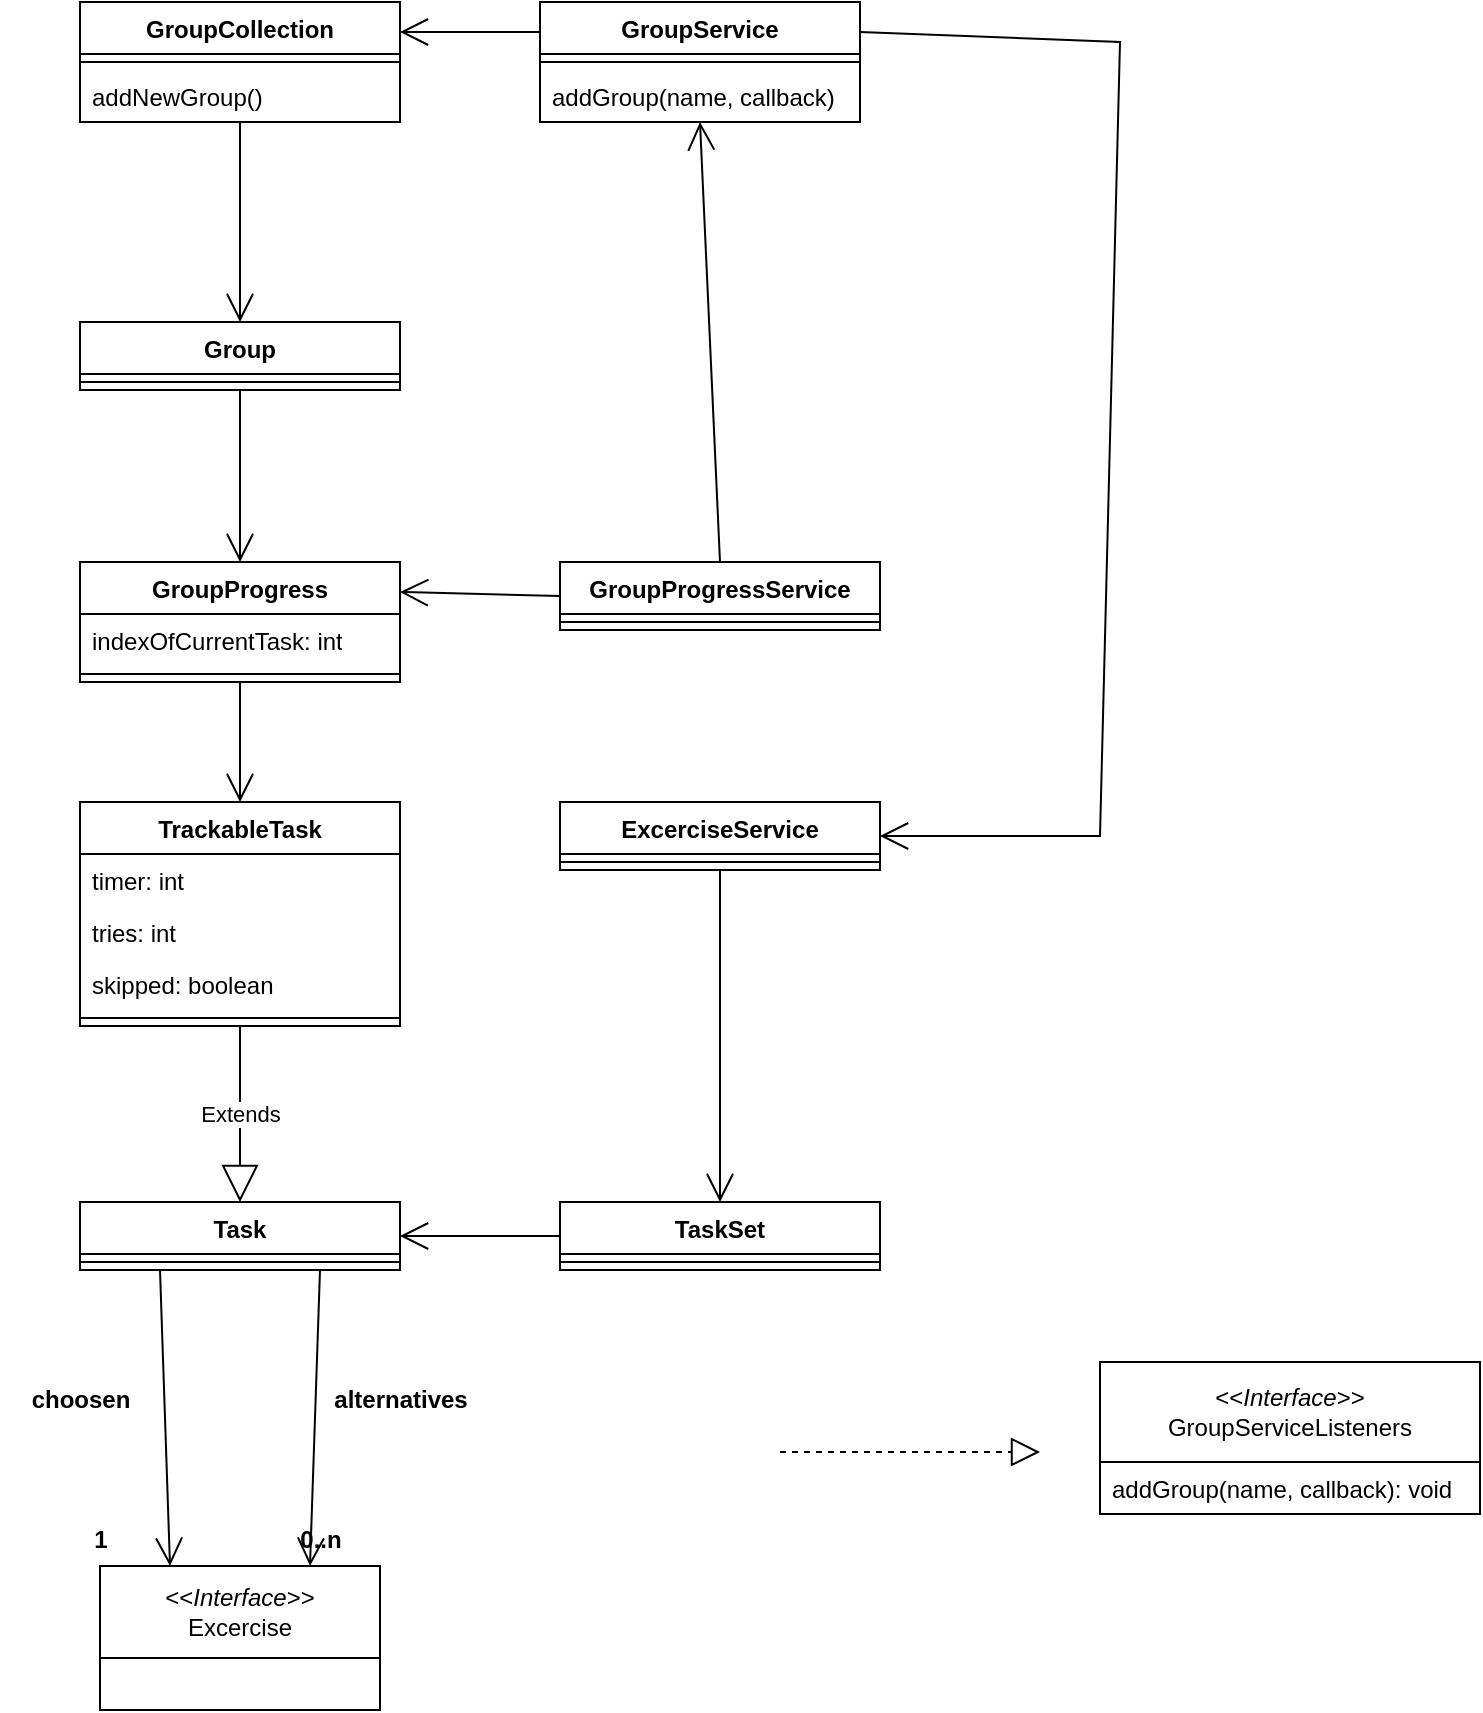
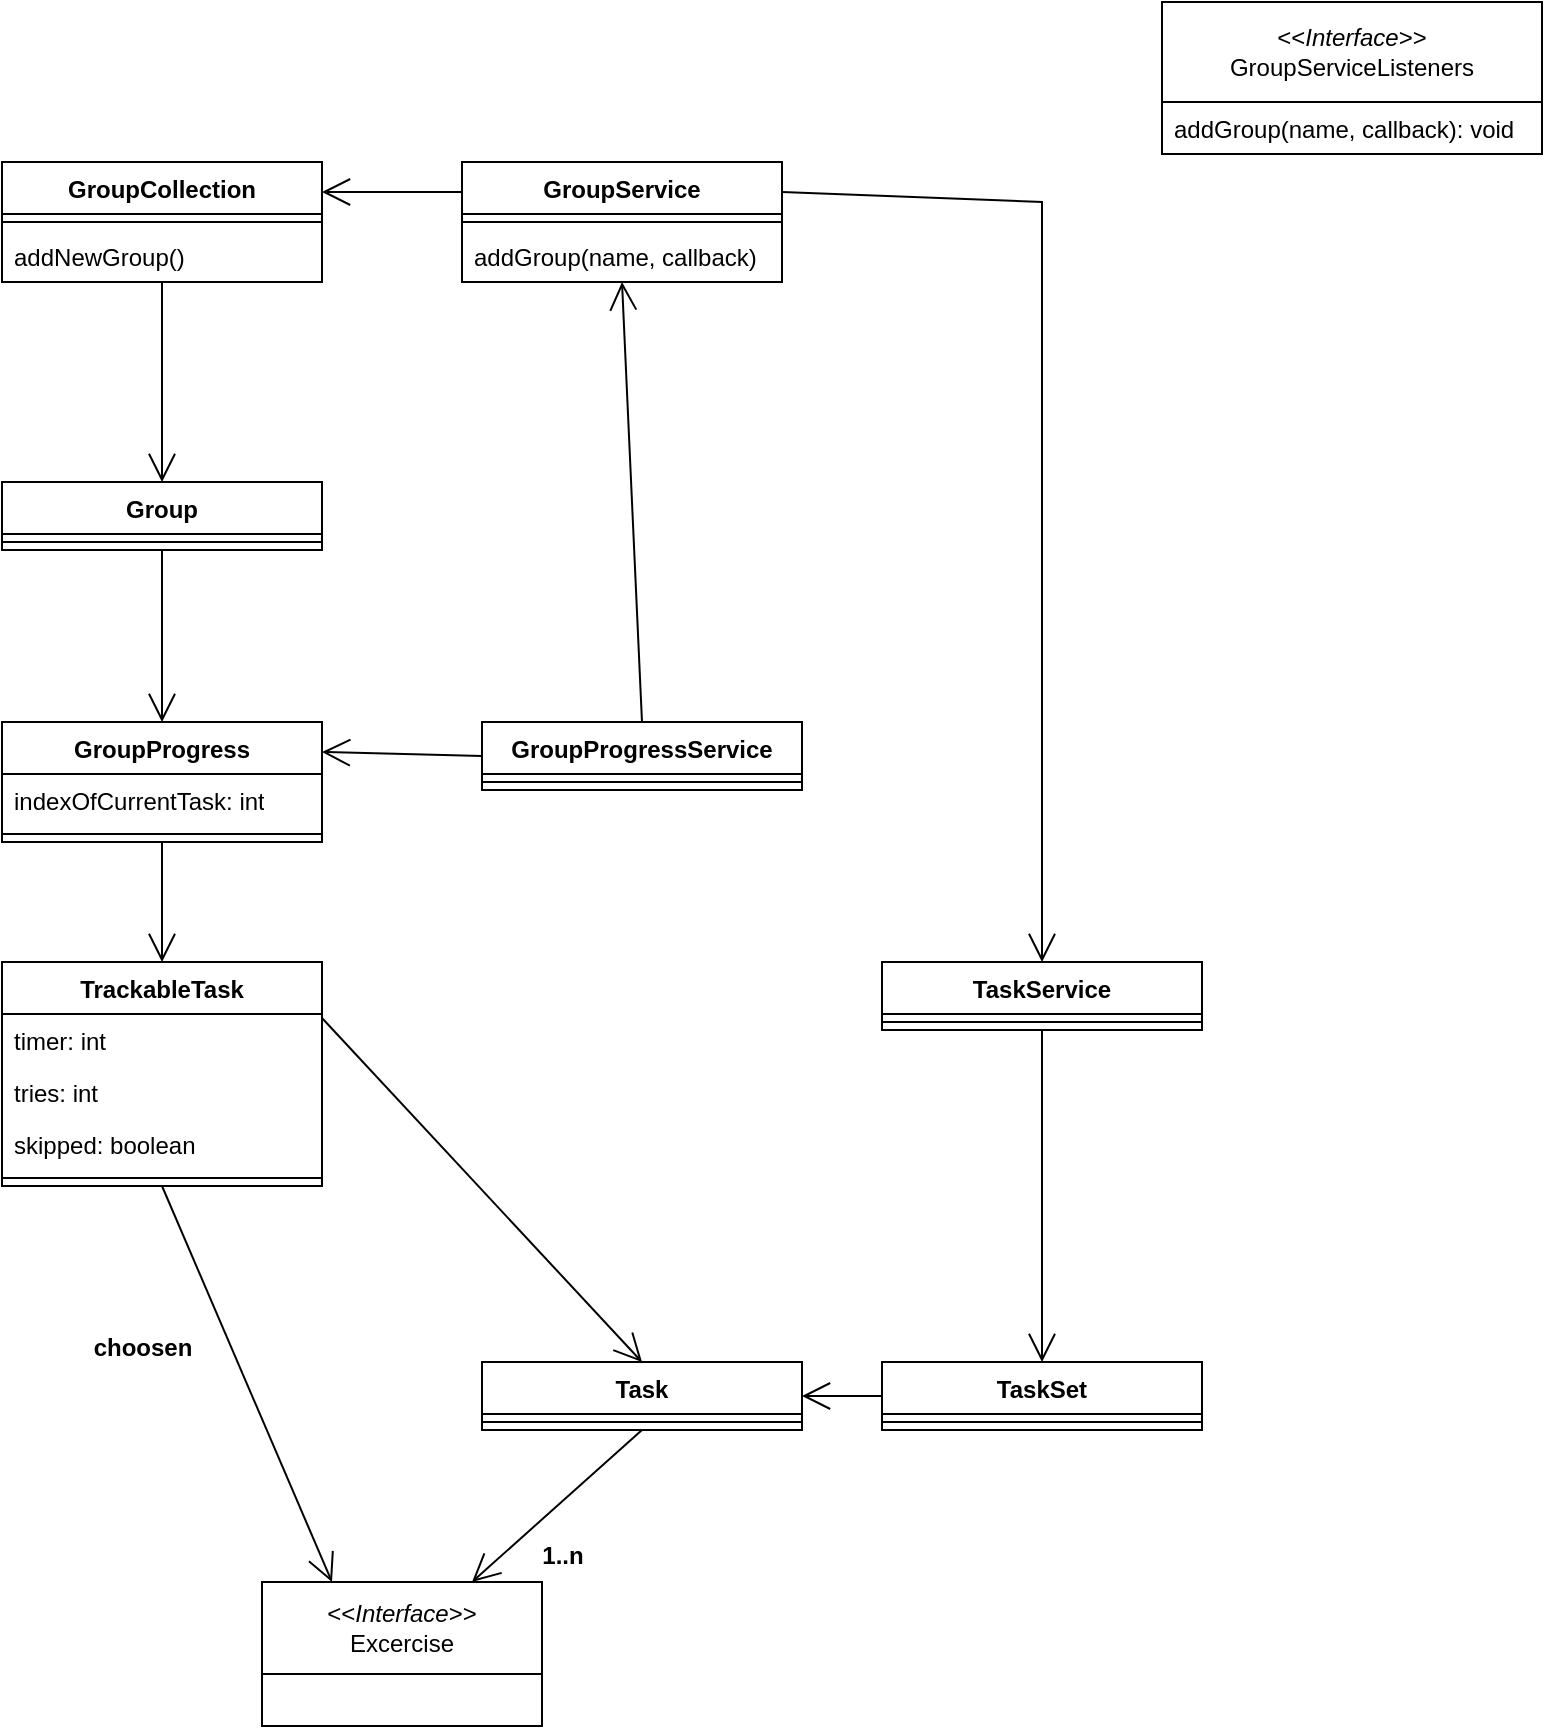
<mxfile host="app.diagrams.net" agent="Mozilla/5.0 (Windows NT 10.0; Win64; x64; rv:133.0) Gecko/20100101 Firefox/133.0" version="25.0.3">
  <diagram id="C5RBs43oDa-KdzZeNtuy" name="Page-1">
-     <mxGraphModel dx="993" dy="576" grid="1" gridSize="10" guides="1" tooltips="1" connect="1" arrows="1" fold="1" page="1" pageScale="1" pageWidth="827" pageHeight="1169" math="0" shadow="0">
+     <mxGraphModel dx="1323" dy="768" grid="1" gridSize="10" guides="1" tooltips="1" connect="1" arrows="1" fold="1" page="1" pageScale="1" pageWidth="827" pageHeight="1169" math="0" shadow="0">
      <root>
        <mxCell id="WIyWlLk6GJQsqaUBKTNV-0" />
        <mxCell id="WIyWlLk6GJQsqaUBKTNV-1" parent="WIyWlLk6GJQsqaUBKTNV-0" />
        <mxCell id="2PPdx7-YqYG3QhNQI_HN-14" value="GroupService" style="swimlane;fontStyle=1;align=center;verticalAlign=top;childLayout=stackLayout;horizontal=1;startSize=26;horizontalStack=0;resizeParent=1;resizeParentMax=0;resizeLast=0;collapsible=1;marginBottom=0;whiteSpace=wrap;html=1;" parent="WIyWlLk6GJQsqaUBKTNV-1" vertex="1">
          <mxGeometry x="270" y="120" width="160" height="60" as="geometry" />
        </mxCell>
        <mxCell id="2PPdx7-YqYG3QhNQI_HN-16" value="" style="line;strokeWidth=1;fillColor=none;align=left;verticalAlign=middle;spacingTop=-1;spacingLeft=3;spacingRight=3;rotatable=0;labelPosition=right;points=[];portConstraint=eastwest;strokeColor=inherit;" parent="2PPdx7-YqYG3QhNQI_HN-14" vertex="1">
          <mxGeometry y="26" width="160" height="8" as="geometry" />
        </mxCell>
-         <mxCell id="V3XAilx2oiw2KiiHJ0iP-118" value="addGroup(name, callback)" style="text;strokeColor=none;fillColor=none;align=left;verticalAlign=top;spacingLeft=4;spacingRight=4;overflow=hidden;rotatable=0;points=[[0,0.5],[1,0.5]];portConstraint=eastwest;whiteSpace=wrap;html=1;" vertex="1" parent="2PPdx7-YqYG3QhNQI_HN-14">
+         <mxCell id="V3XAilx2oiw2KiiHJ0iP-118" value="addGroup(name, callback)" style="text;strokeColor=none;fillColor=none;align=left;verticalAlign=top;spacingLeft=4;spacingRight=4;overflow=hidden;rotatable=0;points=[[0,0.5],[1,0.5]];portConstraint=eastwest;whiteSpace=wrap;html=1;" parent="2PPdx7-YqYG3QhNQI_HN-14" vertex="1">
          <mxGeometry y="34" width="160" height="26" as="geometry" />
        </mxCell>
        <mxCell id="2PPdx7-YqYG3QhNQI_HN-24" value="&lt;div&gt;&amp;lt;&amp;lt;&lt;i&gt;Interface&lt;/i&gt;&amp;gt;&amp;gt;&lt;br&gt;&lt;/div&gt;&lt;div&gt;GroupServiceListeners&lt;/div&gt;" style="swimlane;fontStyle=0;childLayout=stackLayout;horizontal=1;startSize=50;fillColor=none;horizontalStack=0;resizeParent=1;resizeParentMax=0;resizeLast=0;collapsible=1;marginBottom=0;whiteSpace=wrap;html=1;" parent="WIyWlLk6GJQsqaUBKTNV-1" vertex="1">
-           <mxGeometry x="550" y="800" width="190" height="76" as="geometry" />
+           <mxGeometry x="620" y="40" width="190" height="76" as="geometry" />
        </mxCell>
        <mxCell id="2PPdx7-YqYG3QhNQI_HN-28" value="addGroup(name, callback): void" style="text;strokeColor=none;fillColor=none;align=left;verticalAlign=top;spacingLeft=4;spacingRight=4;overflow=hidden;rotatable=0;points=[[0,0.5],[1,0.5]];portConstraint=eastwest;whiteSpace=wrap;html=1;" parent="2PPdx7-YqYG3QhNQI_HN-24" vertex="1">
          <mxGeometry y="50" width="190" height="26" as="geometry" />
        </mxCell>
-         <mxCell id="2PPdx7-YqYG3QhNQI_HN-29" value="" style="endArrow=block;dashed=1;endFill=0;endSize=12;html=1;rounded=0;" parent="WIyWlLk6GJQsqaUBKTNV-1" edge="1">
-           <mxGeometry width="160" relative="1" as="geometry">
-             <mxPoint x="390" y="845" as="sourcePoint" />
-             <mxPoint x="520" y="845" as="targetPoint" />
-           </mxGeometry>
-         </mxCell>
-         <mxCell id="V3XAilx2oiw2KiiHJ0iP-3" value="" style="endArrow=open;endFill=1;endSize=12;html=1;rounded=0;exitX=0.5;exitY=1;exitDx=0;exitDy=0;entryX=0.5;entryY=0;entryDx=0;entryDy=0;" edge="1" parent="WIyWlLk6GJQsqaUBKTNV-1" source="V3XAilx2oiw2KiiHJ0iP-96" target="V3XAilx2oiw2KiiHJ0iP-91">
+         <mxCell id="V3XAilx2oiw2KiiHJ0iP-3" value="" style="endArrow=open;endFill=1;endSize=12;html=1;rounded=0;exitX=0.5;exitY=1;exitDx=0;exitDy=0;entryX=0.5;entryY=0;entryDx=0;entryDy=0;" parent="WIyWlLk6GJQsqaUBKTNV-1" source="V3XAilx2oiw2KiiHJ0iP-96" target="V3XAilx2oiw2KiiHJ0iP-91" edge="1">
          <mxGeometry width="160" relative="1" as="geometry">
            <mxPoint x="260" y="170" as="sourcePoint" />
            <mxPoint x="280" y="270" as="targetPoint" />
          </mxGeometry>
        </mxCell>
-         <mxCell id="V3XAilx2oiw2KiiHJ0iP-28" value="&lt;div&gt;&amp;lt;&amp;lt;&lt;i&gt;Interface&lt;/i&gt;&amp;gt;&amp;gt;&lt;/div&gt;&lt;div&gt;Excercise&lt;/div&gt;" style="swimlane;fontStyle=0;childLayout=stackLayout;horizontal=1;startSize=46;fillColor=none;horizontalStack=0;resizeParent=1;resizeParentMax=0;resizeLast=0;collapsible=1;marginBottom=0;whiteSpace=wrap;html=1;" vertex="1" parent="WIyWlLk6GJQsqaUBKTNV-1">
-           <mxGeometry x="50" y="902" width="140" height="72" as="geometry" />
+         <mxCell id="V3XAilx2oiw2KiiHJ0iP-28" value="&lt;div&gt;&amp;lt;&amp;lt;&lt;i&gt;Interface&lt;/i&gt;&amp;gt;&amp;gt;&lt;/div&gt;&lt;div&gt;Excercise&lt;/div&gt;" style="swimlane;fontStyle=0;childLayout=stackLayout;horizontal=1;startSize=46;fillColor=none;horizontalStack=0;resizeParent=1;resizeParentMax=0;resizeLast=0;collapsible=1;marginBottom=0;whiteSpace=wrap;html=1;" parent="WIyWlLk6GJQsqaUBKTNV-1" vertex="1">
+           <mxGeometry x="170" y="830" width="140" height="72" as="geometry" />
        </mxCell>
-         <mxCell id="V3XAilx2oiw2KiiHJ0iP-32" value="" style="endArrow=open;endFill=1;endSize=12;html=1;rounded=0;exitX=0.25;exitY=1;exitDx=0;exitDy=0;entryX=0.25;entryY=0;entryDx=0;entryDy=0;" edge="1" parent="WIyWlLk6GJQsqaUBKTNV-1" source="V3XAilx2oiw2KiiHJ0iP-65" target="V3XAilx2oiw2KiiHJ0iP-28">
-           <mxGeometry width="160" relative="1" as="geometry">
-             <mxPoint x="65" y="774" as="sourcePoint" />
-             <mxPoint x="10" y="862" as="targetPoint" />
-             <Array as="points" />
-           </mxGeometry>
+         <mxCell id="V3XAilx2oiw2KiiHJ0iP-44" value="choosen" style="text;align=center;fontStyle=1;verticalAlign=middle;spacingLeft=3;spacingRight=3;strokeColor=none;rotatable=0;points=[[0,0.5],[1,0.5]];portConstraint=eastwest;html=1;" parent="WIyWlLk6GJQsqaUBKTNV-1" vertex="1">
+           <mxGeometry x="70" y="700" width="80" height="26" as="geometry" />
        </mxCell>
-         <mxCell id="V3XAilx2oiw2KiiHJ0iP-43" value="alternatives" style="text;align=center;fontStyle=1;verticalAlign=middle;spacingLeft=3;spacingRight=3;strokeColor=none;rotatable=0;points=[[0,0.5],[1,0.5]];portConstraint=eastwest;html=1;" vertex="1" parent="WIyWlLk6GJQsqaUBKTNV-1">
-           <mxGeometry x="160" y="806" width="80" height="26" as="geometry" />
-         </mxCell>
-         <mxCell id="V3XAilx2oiw2KiiHJ0iP-44" value="choosen" style="text;align=center;fontStyle=1;verticalAlign=middle;spacingLeft=3;spacingRight=3;strokeColor=none;rotatable=0;points=[[0,0.5],[1,0.5]];portConstraint=eastwest;html=1;" vertex="1" parent="WIyWlLk6GJQsqaUBKTNV-1">
-           <mxGeometry y="806" width="80" height="26" as="geometry" />
-         </mxCell>
-         <mxCell id="V3XAilx2oiw2KiiHJ0iP-47" value="1" style="text;align=center;fontStyle=1;verticalAlign=middle;spacingLeft=3;spacingRight=3;strokeColor=none;rotatable=0;points=[[0,0.5],[1,0.5]];portConstraint=eastwest;html=1;" vertex="1" parent="WIyWlLk6GJQsqaUBKTNV-1">
-           <mxGeometry x="30" y="876" width="40" height="26" as="geometry" />
-         </mxCell>
-         <mxCell id="V3XAilx2oiw2KiiHJ0iP-50" value="0..n" style="text;align=center;fontStyle=1;verticalAlign=middle;spacingLeft=3;spacingRight=3;strokeColor=none;rotatable=0;points=[[0,0.5],[1,0.5]];portConstraint=eastwest;html=1;" vertex="1" parent="WIyWlLk6GJQsqaUBKTNV-1">
-           <mxGeometry x="120" y="876" width="80" height="26" as="geometry" />
-         </mxCell>
-         <mxCell id="V3XAilx2oiw2KiiHJ0iP-55" value="Extends" style="endArrow=block;endSize=16;endFill=0;html=1;rounded=0;entryX=0.5;entryY=0;entryDx=0;entryDy=0;exitX=0.5;exitY=1;exitDx=0;exitDy=0;" edge="1" parent="WIyWlLk6GJQsqaUBKTNV-1" source="V3XAilx2oiw2KiiHJ0iP-79" target="V3XAilx2oiw2KiiHJ0iP-65">
-           <mxGeometry width="160" relative="1" as="geometry">
-             <mxPoint x="150" y="680" as="sourcePoint" />
-             <mxPoint x="310" y="586" as="targetPoint" />
-           </mxGeometry>
-         </mxCell>
-         <mxCell id="V3XAilx2oiw2KiiHJ0iP-63" value="" style="endArrow=open;endFill=1;endSize=12;html=1;rounded=0;entryX=0.5;entryY=0;entryDx=0;entryDy=0;exitX=0.5;exitY=1;exitDx=0;exitDy=0;" edge="1" parent="WIyWlLk6GJQsqaUBKTNV-1" source="V3XAilx2oiw2KiiHJ0iP-86" target="V3XAilx2oiw2KiiHJ0iP-79">
+         <mxCell id="V3XAilx2oiw2KiiHJ0iP-63" value="" style="endArrow=open;endFill=1;endSize=12;html=1;rounded=0;entryX=0.5;entryY=0;entryDx=0;entryDy=0;exitX=0.5;exitY=1;exitDx=0;exitDy=0;" parent="WIyWlLk6GJQsqaUBKTNV-1" source="V3XAilx2oiw2KiiHJ0iP-86" target="V3XAilx2oiw2KiiHJ0iP-79" edge="1">
          <mxGeometry width="160" relative="1" as="geometry">
            <mxPoint x="140" y="480" as="sourcePoint" />
            <mxPoint x="120" y="510" as="targetPoint" />
          </mxGeometry>
        </mxCell>
-         <mxCell id="V3XAilx2oiw2KiiHJ0iP-65" value="Task" style="swimlane;fontStyle=1;align=center;verticalAlign=top;childLayout=stackLayout;horizontal=1;startSize=26;horizontalStack=0;resizeParent=1;resizeParentMax=0;resizeLast=0;collapsible=1;marginBottom=0;whiteSpace=wrap;html=1;" vertex="1" parent="WIyWlLk6GJQsqaUBKTNV-1">
-           <mxGeometry x="40" y="720" width="160" height="34" as="geometry" />
+         <mxCell id="V3XAilx2oiw2KiiHJ0iP-65" value="Task" style="swimlane;fontStyle=1;align=center;verticalAlign=top;childLayout=stackLayout;horizontal=1;startSize=26;horizontalStack=0;resizeParent=1;resizeParentMax=0;resizeLast=0;collapsible=1;marginBottom=0;whiteSpace=wrap;html=1;" parent="WIyWlLk6GJQsqaUBKTNV-1" vertex="1">
+           <mxGeometry x="280" y="720" width="160" height="34" as="geometry" />
        </mxCell>
-         <mxCell id="V3XAilx2oiw2KiiHJ0iP-67" value="" style="line;strokeWidth=1;fillColor=none;align=left;verticalAlign=middle;spacingTop=-1;spacingLeft=3;spacingRight=3;rotatable=0;labelPosition=right;points=[];portConstraint=eastwest;strokeColor=inherit;" vertex="1" parent="V3XAilx2oiw2KiiHJ0iP-65">
+         <mxCell id="V3XAilx2oiw2KiiHJ0iP-67" value="" style="line;strokeWidth=1;fillColor=none;align=left;verticalAlign=middle;spacingTop=-1;spacingLeft=3;spacingRight=3;rotatable=0;labelPosition=right;points=[];portConstraint=eastwest;strokeColor=inherit;" parent="V3XAilx2oiw2KiiHJ0iP-65" vertex="1">
          <mxGeometry y="26" width="160" height="8" as="geometry" />
        </mxCell>
-         <mxCell id="V3XAilx2oiw2KiiHJ0iP-71" value="" style="endArrow=open;endFill=1;endSize=12;html=1;rounded=0;exitX=0.75;exitY=1;exitDx=0;exitDy=0;entryX=0.75;entryY=0;entryDx=0;entryDy=0;" edge="1" parent="WIyWlLk6GJQsqaUBKTNV-1" source="V3XAilx2oiw2KiiHJ0iP-65" target="V3XAilx2oiw2KiiHJ0iP-28">
-           <mxGeometry width="160" relative="1" as="geometry">
-             <mxPoint x="-30" y="682" as="sourcePoint" />
-             <mxPoint x="100" y="862" as="targetPoint" />
-           </mxGeometry>
+         <mxCell id="V3XAilx2oiw2KiiHJ0iP-72" value="TaskSet" style="swimlane;fontStyle=1;align=center;verticalAlign=top;childLayout=stackLayout;horizontal=1;startSize=26;horizontalStack=0;resizeParent=1;resizeParentMax=0;resizeLast=0;collapsible=1;marginBottom=0;whiteSpace=wrap;html=1;" parent="WIyWlLk6GJQsqaUBKTNV-1" vertex="1">
+           <mxGeometry x="480" y="720" width="160" height="34" as="geometry" />
        </mxCell>
-         <mxCell id="V3XAilx2oiw2KiiHJ0iP-72" value="TaskSet" style="swimlane;fontStyle=1;align=center;verticalAlign=top;childLayout=stackLayout;horizontal=1;startSize=26;horizontalStack=0;resizeParent=1;resizeParentMax=0;resizeLast=0;collapsible=1;marginBottom=0;whiteSpace=wrap;html=1;" vertex="1" parent="WIyWlLk6GJQsqaUBKTNV-1">
-           <mxGeometry x="280" y="720" width="160" height="34" as="geometry" />
-         </mxCell>
-         <mxCell id="V3XAilx2oiw2KiiHJ0iP-74" value="" style="line;strokeWidth=1;fillColor=none;align=left;verticalAlign=middle;spacingTop=-1;spacingLeft=3;spacingRight=3;rotatable=0;labelPosition=right;points=[];portConstraint=eastwest;strokeColor=inherit;" vertex="1" parent="V3XAilx2oiw2KiiHJ0iP-72">
+         <mxCell id="V3XAilx2oiw2KiiHJ0iP-74" value="" style="line;strokeWidth=1;fillColor=none;align=left;verticalAlign=middle;spacingTop=-1;spacingLeft=3;spacingRight=3;rotatable=0;labelPosition=right;points=[];portConstraint=eastwest;strokeColor=inherit;" parent="V3XAilx2oiw2KiiHJ0iP-72" vertex="1">
          <mxGeometry y="26" width="160" height="8" as="geometry" />
        </mxCell>
-         <mxCell id="V3XAilx2oiw2KiiHJ0iP-79" value="TrackableTask" style="swimlane;fontStyle=1;align=center;verticalAlign=top;childLayout=stackLayout;horizontal=1;startSize=26;horizontalStack=0;resizeParent=1;resizeParentMax=0;resizeLast=0;collapsible=1;marginBottom=0;whiteSpace=wrap;html=1;" vertex="1" parent="WIyWlLk6GJQsqaUBKTNV-1">
+         <mxCell id="V3XAilx2oiw2KiiHJ0iP-79" value="TrackableTask" style="swimlane;fontStyle=1;align=center;verticalAlign=top;childLayout=stackLayout;horizontal=1;startSize=26;horizontalStack=0;resizeParent=1;resizeParentMax=0;resizeLast=0;collapsible=1;marginBottom=0;whiteSpace=wrap;html=1;" parent="WIyWlLk6GJQsqaUBKTNV-1" vertex="1">
          <mxGeometry x="40" y="520" width="160" height="112" as="geometry" />
        </mxCell>
-         <mxCell id="V3XAilx2oiw2KiiHJ0iP-83" value="timer: int" style="text;strokeColor=none;fillColor=none;align=left;verticalAlign=top;spacingLeft=4;spacingRight=4;overflow=hidden;rotatable=0;points=[[0,0.5],[1,0.5]];portConstraint=eastwest;whiteSpace=wrap;html=1;" vertex="1" parent="V3XAilx2oiw2KiiHJ0iP-79">
+         <mxCell id="V3XAilx2oiw2KiiHJ0iP-83" value="timer: int" style="text;strokeColor=none;fillColor=none;align=left;verticalAlign=top;spacingLeft=4;spacingRight=4;overflow=hidden;rotatable=0;points=[[0,0.5],[1,0.5]];portConstraint=eastwest;whiteSpace=wrap;html=1;" parent="V3XAilx2oiw2KiiHJ0iP-79" vertex="1">
          <mxGeometry y="26" width="160" height="26" as="geometry" />
        </mxCell>
-         <mxCell id="V3XAilx2oiw2KiiHJ0iP-84" value="tries: int" style="text;strokeColor=none;fillColor=none;align=left;verticalAlign=top;spacingLeft=4;spacingRight=4;overflow=hidden;rotatable=0;points=[[0,0.5],[1,0.5]];portConstraint=eastwest;whiteSpace=wrap;html=1;" vertex="1" parent="V3XAilx2oiw2KiiHJ0iP-79">
+         <mxCell id="V3XAilx2oiw2KiiHJ0iP-84" value="tries: int" style="text;strokeColor=none;fillColor=none;align=left;verticalAlign=top;spacingLeft=4;spacingRight=4;overflow=hidden;rotatable=0;points=[[0,0.5],[1,0.5]];portConstraint=eastwest;whiteSpace=wrap;html=1;" parent="V3XAilx2oiw2KiiHJ0iP-79" vertex="1">
          <mxGeometry y="52" width="160" height="26" as="geometry" />
        </mxCell>
-         <mxCell id="V3XAilx2oiw2KiiHJ0iP-85" value="&lt;div&gt;skipped: boolean&lt;/div&gt;" style="text;strokeColor=none;fillColor=none;align=left;verticalAlign=top;spacingLeft=4;spacingRight=4;overflow=hidden;rotatable=0;points=[[0,0.5],[1,0.5]];portConstraint=eastwest;whiteSpace=wrap;html=1;" vertex="1" parent="V3XAilx2oiw2KiiHJ0iP-79">
+         <mxCell id="V3XAilx2oiw2KiiHJ0iP-85" value="&lt;div&gt;skipped: boolean&lt;/div&gt;" style="text;strokeColor=none;fillColor=none;align=left;verticalAlign=top;spacingLeft=4;spacingRight=4;overflow=hidden;rotatable=0;points=[[0,0.5],[1,0.5]];portConstraint=eastwest;whiteSpace=wrap;html=1;" parent="V3XAilx2oiw2KiiHJ0iP-79" vertex="1">
          <mxGeometry y="78" width="160" height="26" as="geometry" />
        </mxCell>
-         <mxCell id="V3XAilx2oiw2KiiHJ0iP-81" value="" style="line;strokeWidth=1;fillColor=none;align=left;verticalAlign=middle;spacingTop=-1;spacingLeft=3;spacingRight=3;rotatable=0;labelPosition=right;points=[];portConstraint=eastwest;strokeColor=inherit;" vertex="1" parent="V3XAilx2oiw2KiiHJ0iP-79">
+         <mxCell id="V3XAilx2oiw2KiiHJ0iP-81" value="" style="line;strokeWidth=1;fillColor=none;align=left;verticalAlign=middle;spacingTop=-1;spacingLeft=3;spacingRight=3;rotatable=0;labelPosition=right;points=[];portConstraint=eastwest;strokeColor=inherit;" parent="V3XAilx2oiw2KiiHJ0iP-79" vertex="1">
          <mxGeometry y="104" width="160" height="8" as="geometry" />
        </mxCell>
-         <mxCell id="V3XAilx2oiw2KiiHJ0iP-86" value="GroupProgress" style="swimlane;fontStyle=1;align=center;verticalAlign=top;childLayout=stackLayout;horizontal=1;startSize=26;horizontalStack=0;resizeParent=1;resizeParentMax=0;resizeLast=0;collapsible=1;marginBottom=0;whiteSpace=wrap;html=1;" vertex="1" parent="WIyWlLk6GJQsqaUBKTNV-1">
+         <mxCell id="V3XAilx2oiw2KiiHJ0iP-86" value="GroupProgress" style="swimlane;fontStyle=1;align=center;verticalAlign=top;childLayout=stackLayout;horizontal=1;startSize=26;horizontalStack=0;resizeParent=1;resizeParentMax=0;resizeLast=0;collapsible=1;marginBottom=0;whiteSpace=wrap;html=1;" parent="WIyWlLk6GJQsqaUBKTNV-1" vertex="1">
          <mxGeometry x="40" y="400" width="160" height="60" as="geometry" />
        </mxCell>
-         <mxCell id="V3XAilx2oiw2KiiHJ0iP-90" value="indexOfCurrentTask: int" style="text;strokeColor=none;fillColor=none;align=left;verticalAlign=top;spacingLeft=4;spacingRight=4;overflow=hidden;rotatable=0;points=[[0,0.5],[1,0.5]];portConstraint=eastwest;whiteSpace=wrap;html=1;" vertex="1" parent="V3XAilx2oiw2KiiHJ0iP-86">
+         <mxCell id="V3XAilx2oiw2KiiHJ0iP-90" value="indexOfCurrentTask: int" style="text;strokeColor=none;fillColor=none;align=left;verticalAlign=top;spacingLeft=4;spacingRight=4;overflow=hidden;rotatable=0;points=[[0,0.5],[1,0.5]];portConstraint=eastwest;whiteSpace=wrap;html=1;" parent="V3XAilx2oiw2KiiHJ0iP-86" vertex="1">
          <mxGeometry y="26" width="160" height="26" as="geometry" />
        </mxCell>
-         <mxCell id="V3XAilx2oiw2KiiHJ0iP-88" value="" style="line;strokeWidth=1;fillColor=none;align=left;verticalAlign=middle;spacingTop=-1;spacingLeft=3;spacingRight=3;rotatable=0;labelPosition=right;points=[];portConstraint=eastwest;strokeColor=inherit;" vertex="1" parent="V3XAilx2oiw2KiiHJ0iP-86">
+         <mxCell id="V3XAilx2oiw2KiiHJ0iP-88" value="" style="line;strokeWidth=1;fillColor=none;align=left;verticalAlign=middle;spacingTop=-1;spacingLeft=3;spacingRight=3;rotatable=0;labelPosition=right;points=[];portConstraint=eastwest;strokeColor=inherit;" parent="V3XAilx2oiw2KiiHJ0iP-86" vertex="1">
          <mxGeometry y="52" width="160" height="8" as="geometry" />
        </mxCell>
-         <mxCell id="V3XAilx2oiw2KiiHJ0iP-91" value="Group" style="swimlane;fontStyle=1;align=center;verticalAlign=top;childLayout=stackLayout;horizontal=1;startSize=26;horizontalStack=0;resizeParent=1;resizeParentMax=0;resizeLast=0;collapsible=1;marginBottom=0;whiteSpace=wrap;html=1;" vertex="1" parent="WIyWlLk6GJQsqaUBKTNV-1">
+         <mxCell id="V3XAilx2oiw2KiiHJ0iP-91" value="Group" style="swimlane;fontStyle=1;align=center;verticalAlign=top;childLayout=stackLayout;horizontal=1;startSize=26;horizontalStack=0;resizeParent=1;resizeParentMax=0;resizeLast=0;collapsible=1;marginBottom=0;whiteSpace=wrap;html=1;" parent="WIyWlLk6GJQsqaUBKTNV-1" vertex="1">
          <mxGeometry x="40" y="280" width="160" height="34" as="geometry" />
        </mxCell>
-         <mxCell id="V3XAilx2oiw2KiiHJ0iP-93" value="" style="line;strokeWidth=1;fillColor=none;align=left;verticalAlign=middle;spacingTop=-1;spacingLeft=3;spacingRight=3;rotatable=0;labelPosition=right;points=[];portConstraint=eastwest;strokeColor=inherit;" vertex="1" parent="V3XAilx2oiw2KiiHJ0iP-91">
+         <mxCell id="V3XAilx2oiw2KiiHJ0iP-93" value="" style="line;strokeWidth=1;fillColor=none;align=left;verticalAlign=middle;spacingTop=-1;spacingLeft=3;spacingRight=3;rotatable=0;labelPosition=right;points=[];portConstraint=eastwest;strokeColor=inherit;" parent="V3XAilx2oiw2KiiHJ0iP-91" vertex="1">
          <mxGeometry y="26" width="160" height="8" as="geometry" />
        </mxCell>
-         <mxCell id="V3XAilx2oiw2KiiHJ0iP-95" value="" style="endArrow=open;endFill=1;endSize=12;html=1;rounded=0;exitX=0.5;exitY=1;exitDx=0;exitDy=0;entryX=0.5;entryY=0;entryDx=0;entryDy=0;" edge="1" parent="WIyWlLk6GJQsqaUBKTNV-1" source="V3XAilx2oiw2KiiHJ0iP-91" target="V3XAilx2oiw2KiiHJ0iP-86">
+         <mxCell id="V3XAilx2oiw2KiiHJ0iP-95" value="" style="endArrow=open;endFill=1;endSize=12;html=1;rounded=0;exitX=0.5;exitY=1;exitDx=0;exitDy=0;entryX=0.5;entryY=0;entryDx=0;entryDy=0;" parent="WIyWlLk6GJQsqaUBKTNV-1" source="V3XAilx2oiw2KiiHJ0iP-91" target="V3XAilx2oiw2KiiHJ0iP-86" edge="1">
          <mxGeometry width="160" relative="1" as="geometry">
            <mxPoint x="270" y="360" as="sourcePoint" />
            <mxPoint x="430" y="360" as="targetPoint" />
          </mxGeometry>
        </mxCell>
-         <mxCell id="V3XAilx2oiw2KiiHJ0iP-96" value="&lt;div&gt;GroupCollection&lt;/div&gt;" style="swimlane;fontStyle=1;align=center;verticalAlign=top;childLayout=stackLayout;horizontal=1;startSize=26;horizontalStack=0;resizeParent=1;resizeParentMax=0;resizeLast=0;collapsible=1;marginBottom=0;whiteSpace=wrap;html=1;" vertex="1" parent="WIyWlLk6GJQsqaUBKTNV-1">
+         <mxCell id="V3XAilx2oiw2KiiHJ0iP-96" value="&lt;div&gt;GroupCollection&lt;/div&gt;" style="swimlane;fontStyle=1;align=center;verticalAlign=top;childLayout=stackLayout;horizontal=1;startSize=26;horizontalStack=0;resizeParent=1;resizeParentMax=0;resizeLast=0;collapsible=1;marginBottom=0;whiteSpace=wrap;html=1;" parent="WIyWlLk6GJQsqaUBKTNV-1" vertex="1">
          <mxGeometry x="40" y="120" width="160" height="60" as="geometry" />
        </mxCell>
-         <mxCell id="V3XAilx2oiw2KiiHJ0iP-98" value="" style="line;strokeWidth=1;fillColor=none;align=left;verticalAlign=middle;spacingTop=-1;spacingLeft=3;spacingRight=3;rotatable=0;labelPosition=right;points=[];portConstraint=eastwest;strokeColor=inherit;" vertex="1" parent="V3XAilx2oiw2KiiHJ0iP-96">
+         <mxCell id="V3XAilx2oiw2KiiHJ0iP-98" value="" style="line;strokeWidth=1;fillColor=none;align=left;verticalAlign=middle;spacingTop=-1;spacingLeft=3;spacingRight=3;rotatable=0;labelPosition=right;points=[];portConstraint=eastwest;strokeColor=inherit;" parent="V3XAilx2oiw2KiiHJ0iP-96" vertex="1">
          <mxGeometry y="26" width="160" height="8" as="geometry" />
        </mxCell>
-         <mxCell id="V3XAilx2oiw2KiiHJ0iP-101" value="addNewGroup()" style="text;strokeColor=none;fillColor=none;align=left;verticalAlign=top;spacingLeft=4;spacingRight=4;overflow=hidden;rotatable=0;points=[[0,0.5],[1,0.5]];portConstraint=eastwest;whiteSpace=wrap;html=1;" vertex="1" parent="V3XAilx2oiw2KiiHJ0iP-96">
+         <mxCell id="V3XAilx2oiw2KiiHJ0iP-101" value="addNewGroup()" style="text;strokeColor=none;fillColor=none;align=left;verticalAlign=top;spacingLeft=4;spacingRight=4;overflow=hidden;rotatable=0;points=[[0,0.5],[1,0.5]];portConstraint=eastwest;whiteSpace=wrap;html=1;" parent="V3XAilx2oiw2KiiHJ0iP-96" vertex="1">
          <mxGeometry y="34" width="160" height="26" as="geometry" />
        </mxCell>
-         <mxCell id="V3XAilx2oiw2KiiHJ0iP-102" value="" style="endArrow=open;endFill=1;endSize=12;html=1;rounded=0;entryX=1;entryY=0.5;entryDx=0;entryDy=0;exitX=0;exitY=0.5;exitDx=0;exitDy=0;" edge="1" parent="WIyWlLk6GJQsqaUBKTNV-1" source="V3XAilx2oiw2KiiHJ0iP-72" target="V3XAilx2oiw2KiiHJ0iP-65">
+         <mxCell id="V3XAilx2oiw2KiiHJ0iP-102" value="" style="endArrow=open;endFill=1;endSize=12;html=1;rounded=0;entryX=1;entryY=0.5;entryDx=0;entryDy=0;exitX=0;exitY=0.5;exitDx=0;exitDy=0;" parent="WIyWlLk6GJQsqaUBKTNV-1" source="V3XAilx2oiw2KiiHJ0iP-72" target="V3XAilx2oiw2KiiHJ0iP-65" edge="1">
          <mxGeometry width="160" relative="1" as="geometry">
            <mxPoint x="90" y="802" as="sourcePoint" />
            <mxPoint x="250" y="802" as="targetPoint" />
          </mxGeometry>
        </mxCell>
-         <mxCell id="V3XAilx2oiw2KiiHJ0iP-103" value="ExcerciseService" style="swimlane;fontStyle=1;align=center;verticalAlign=top;childLayout=stackLayout;horizontal=1;startSize=26;horizontalStack=0;resizeParent=1;resizeParentMax=0;resizeLast=0;collapsible=1;marginBottom=0;whiteSpace=wrap;html=1;" vertex="1" parent="WIyWlLk6GJQsqaUBKTNV-1">
-           <mxGeometry x="280" y="520" width="160" height="34" as="geometry" />
+         <mxCell id="V3XAilx2oiw2KiiHJ0iP-103" value="TaskService" style="swimlane;fontStyle=1;align=center;verticalAlign=top;childLayout=stackLayout;horizontal=1;startSize=26;horizontalStack=0;resizeParent=1;resizeParentMax=0;resizeLast=0;collapsible=1;marginBottom=0;whiteSpace=wrap;html=1;" parent="WIyWlLk6GJQsqaUBKTNV-1" vertex="1">
+           <mxGeometry x="480" y="520" width="160" height="34" as="geometry" />
        </mxCell>
-         <mxCell id="V3XAilx2oiw2KiiHJ0iP-105" value="" style="line;strokeWidth=1;fillColor=none;align=left;verticalAlign=middle;spacingTop=-1;spacingLeft=3;spacingRight=3;rotatable=0;labelPosition=right;points=[];portConstraint=eastwest;strokeColor=inherit;" vertex="1" parent="V3XAilx2oiw2KiiHJ0iP-103">
+         <mxCell id="V3XAilx2oiw2KiiHJ0iP-105" value="" style="line;strokeWidth=1;fillColor=none;align=left;verticalAlign=middle;spacingTop=-1;spacingLeft=3;spacingRight=3;rotatable=0;labelPosition=right;points=[];portConstraint=eastwest;strokeColor=inherit;" parent="V3XAilx2oiw2KiiHJ0iP-103" vertex="1">
          <mxGeometry y="26" width="160" height="8" as="geometry" />
        </mxCell>
-         <mxCell id="V3XAilx2oiw2KiiHJ0iP-107" value="" style="endArrow=open;endFill=1;endSize=12;html=1;rounded=0;exitX=0.5;exitY=1;exitDx=0;exitDy=0;entryX=0.5;entryY=0;entryDx=0;entryDy=0;" edge="1" parent="WIyWlLk6GJQsqaUBKTNV-1" source="V3XAilx2oiw2KiiHJ0iP-103" target="V3XAilx2oiw2KiiHJ0iP-72">
+         <mxCell id="V3XAilx2oiw2KiiHJ0iP-107" value="" style="endArrow=open;endFill=1;endSize=12;html=1;rounded=0;exitX=0.5;exitY=1;exitDx=0;exitDy=0;entryX=0.5;entryY=0;entryDx=0;entryDy=0;" parent="WIyWlLk6GJQsqaUBKTNV-1" source="V3XAilx2oiw2KiiHJ0iP-103" target="V3XAilx2oiw2KiiHJ0iP-72" edge="1">
          <mxGeometry width="160" relative="1" as="geometry">
            <mxPoint x="330" y="720" as="sourcePoint" />
            <mxPoint x="360" y="680" as="targetPoint" />
          </mxGeometry>
        </mxCell>
-         <mxCell id="V3XAilx2oiw2KiiHJ0iP-108" value="GroupProgressService" style="swimlane;fontStyle=1;align=center;verticalAlign=top;childLayout=stackLayout;horizontal=1;startSize=26;horizontalStack=0;resizeParent=1;resizeParentMax=0;resizeLast=0;collapsible=1;marginBottom=0;whiteSpace=wrap;html=1;" vertex="1" parent="WIyWlLk6GJQsqaUBKTNV-1">
+         <mxCell id="V3XAilx2oiw2KiiHJ0iP-108" value="GroupProgressService" style="swimlane;fontStyle=1;align=center;verticalAlign=top;childLayout=stackLayout;horizontal=1;startSize=26;horizontalStack=0;resizeParent=1;resizeParentMax=0;resizeLast=0;collapsible=1;marginBottom=0;whiteSpace=wrap;html=1;" parent="WIyWlLk6GJQsqaUBKTNV-1" vertex="1">
          <mxGeometry x="280" y="400" width="160" height="34" as="geometry" />
        </mxCell>
-         <mxCell id="V3XAilx2oiw2KiiHJ0iP-110" value="" style="line;strokeWidth=1;fillColor=none;align=left;verticalAlign=middle;spacingTop=-1;spacingLeft=3;spacingRight=3;rotatable=0;labelPosition=right;points=[];portConstraint=eastwest;strokeColor=inherit;" vertex="1" parent="V3XAilx2oiw2KiiHJ0iP-108">
+         <mxCell id="V3XAilx2oiw2KiiHJ0iP-110" value="" style="line;strokeWidth=1;fillColor=none;align=left;verticalAlign=middle;spacingTop=-1;spacingLeft=3;spacingRight=3;rotatable=0;labelPosition=right;points=[];portConstraint=eastwest;strokeColor=inherit;" parent="V3XAilx2oiw2KiiHJ0iP-108" vertex="1">
          <mxGeometry y="26" width="160" height="8" as="geometry" />
        </mxCell>
-         <mxCell id="V3XAilx2oiw2KiiHJ0iP-112" value="" style="endArrow=open;endFill=1;endSize=12;html=1;rounded=0;exitX=0;exitY=0.5;exitDx=0;exitDy=0;entryX=1;entryY=0.25;entryDx=0;entryDy=0;" edge="1" parent="WIyWlLk6GJQsqaUBKTNV-1" source="V3XAilx2oiw2KiiHJ0iP-108" target="V3XAilx2oiw2KiiHJ0iP-86">
+         <mxCell id="V3XAilx2oiw2KiiHJ0iP-112" value="" style="endArrow=open;endFill=1;endSize=12;html=1;rounded=0;exitX=0;exitY=0.5;exitDx=0;exitDy=0;entryX=1;entryY=0.25;entryDx=0;entryDy=0;" parent="WIyWlLk6GJQsqaUBKTNV-1" source="V3XAilx2oiw2KiiHJ0iP-108" target="V3XAilx2oiw2KiiHJ0iP-86" edge="1">
          <mxGeometry width="160" relative="1" as="geometry">
            <mxPoint x="330" y="550" as="sourcePoint" />
            <mxPoint x="490" y="550" as="targetPoint" />
          </mxGeometry>
        </mxCell>
-         <mxCell id="V3XAilx2oiw2KiiHJ0iP-117" value="" style="endArrow=open;endFill=1;endSize=12;html=1;rounded=0;exitX=0.5;exitY=0;exitDx=0;exitDy=0;entryX=0.5;entryY=1;entryDx=0;entryDy=0;" edge="1" parent="WIyWlLk6GJQsqaUBKTNV-1" source="V3XAilx2oiw2KiiHJ0iP-108" target="2PPdx7-YqYG3QhNQI_HN-14">
+         <mxCell id="V3XAilx2oiw2KiiHJ0iP-117" value="" style="endArrow=open;endFill=1;endSize=12;html=1;rounded=0;exitX=0.5;exitY=0;exitDx=0;exitDy=0;entryX=0.5;entryY=1;entryDx=0;entryDy=0;" parent="WIyWlLk6GJQsqaUBKTNV-1" source="V3XAilx2oiw2KiiHJ0iP-108" target="2PPdx7-YqYG3QhNQI_HN-14" edge="1">
          <mxGeometry width="160" relative="1" as="geometry">
            <mxPoint x="400" y="380" as="sourcePoint" />
            <mxPoint x="380" y="330" as="targetPoint" />
          </mxGeometry>
        </mxCell>
-         <mxCell id="V3XAilx2oiw2KiiHJ0iP-119" value="" style="endArrow=open;endFill=1;endSize=12;html=1;rounded=0;exitX=1;exitY=0.25;exitDx=0;exitDy=0;entryX=1;entryY=0.5;entryDx=0;entryDy=0;" edge="1" parent="WIyWlLk6GJQsqaUBKTNV-1" source="2PPdx7-YqYG3QhNQI_HN-14" target="V3XAilx2oiw2KiiHJ0iP-103">
+         <mxCell id="V3XAilx2oiw2KiiHJ0iP-119" value="" style="endArrow=open;endFill=1;endSize=12;html=1;rounded=0;exitX=1;exitY=0.25;exitDx=0;exitDy=0;entryX=0.5;entryY=0;entryDx=0;entryDy=0;" parent="WIyWlLk6GJQsqaUBKTNV-1" source="2PPdx7-YqYG3QhNQI_HN-14" target="V3XAilx2oiw2KiiHJ0iP-103" edge="1">
          <mxGeometry width="160" relative="1" as="geometry">
            <mxPoint x="270" y="500" as="sourcePoint" />
-             <mxPoint x="430" y="500" as="targetPoint" />
+             <mxPoint x="600" y="440" as="targetPoint" />
            <Array as="points">
              <mxPoint x="560" y="140" />
-               <mxPoint x="550" y="537" />
            </Array>
          </mxGeometry>
        </mxCell>
-         <mxCell id="V3XAilx2oiw2KiiHJ0iP-121" value="" style="endArrow=open;endFill=1;endSize=12;html=1;rounded=0;exitX=0;exitY=0.25;exitDx=0;exitDy=0;entryX=1;entryY=0.25;entryDx=0;entryDy=0;" edge="1" parent="WIyWlLk6GJQsqaUBKTNV-1" source="2PPdx7-YqYG3QhNQI_HN-14" target="V3XAilx2oiw2KiiHJ0iP-96">
+         <mxCell id="V3XAilx2oiw2KiiHJ0iP-121" value="" style="endArrow=open;endFill=1;endSize=12;html=1;rounded=0;exitX=0;exitY=0.25;exitDx=0;exitDy=0;entryX=1;entryY=0.25;entryDx=0;entryDy=0;" parent="WIyWlLk6GJQsqaUBKTNV-1" source="2PPdx7-YqYG3QhNQI_HN-14" target="V3XAilx2oiw2KiiHJ0iP-96" edge="1">
          <mxGeometry width="160" relative="1" as="geometry">
            <mxPoint x="350" y="360" as="sourcePoint" />
            <mxPoint x="510" y="360" as="targetPoint" />
+           </mxGeometry>
+         </mxCell>
+         <mxCell id="KjGE56Se4uq9LBmGyXKQ-1" value="" style="endArrow=open;endFill=1;endSize=12;html=1;rounded=0;entryX=0.75;entryY=0;entryDx=0;entryDy=0;exitX=0.5;exitY=1;exitDx=0;exitDy=0;" edge="1" parent="WIyWlLk6GJQsqaUBKTNV-1" source="V3XAilx2oiw2KiiHJ0iP-65" target="V3XAilx2oiw2KiiHJ0iP-28">
+           <mxGeometry width="160" relative="1" as="geometry">
+             <mxPoint x="220" y="740" as="sourcePoint" />
+             <mxPoint x="380" y="740" as="targetPoint" />
+           </mxGeometry>
+         </mxCell>
+         <mxCell id="KjGE56Se4uq9LBmGyXKQ-2" value="1..n" style="text;align=center;fontStyle=1;verticalAlign=middle;spacingLeft=3;spacingRight=3;strokeColor=none;rotatable=0;points=[[0,0.5],[1,0.5]];portConstraint=eastwest;html=1;" vertex="1" parent="WIyWlLk6GJQsqaUBKTNV-1">
+           <mxGeometry x="280" y="804" width="80" height="26" as="geometry" />
+         </mxCell>
+         <mxCell id="KjGE56Se4uq9LBmGyXKQ-3" value="" style="endArrow=open;endFill=1;endSize=12;html=1;rounded=0;exitX=0.5;exitY=1;exitDx=0;exitDy=0;entryX=0.25;entryY=0;entryDx=0;entryDy=0;" edge="1" parent="WIyWlLk6GJQsqaUBKTNV-1" source="V3XAilx2oiw2KiiHJ0iP-79" target="V3XAilx2oiw2KiiHJ0iP-28">
+           <mxGeometry width="160" relative="1" as="geometry">
+             <mxPoint x="250" y="740" as="sourcePoint" />
+             <mxPoint x="410" y="740" as="targetPoint" />
+           </mxGeometry>
+         </mxCell>
+         <mxCell id="KjGE56Se4uq9LBmGyXKQ-4" value="" style="endArrow=open;endFill=1;endSize=12;html=1;rounded=0;entryX=0.5;entryY=0;entryDx=0;entryDy=0;" edge="1" parent="WIyWlLk6GJQsqaUBKTNV-1" target="V3XAilx2oiw2KiiHJ0iP-65">
+           <mxGeometry width="160" relative="1" as="geometry">
+             <mxPoint x="200" y="548" as="sourcePoint" />
+             <mxPoint x="410" y="740" as="targetPoint" />
          </mxGeometry>
        </mxCell>
      </root>
    </mxGraphModel>
  </diagram>
</mxfile>
